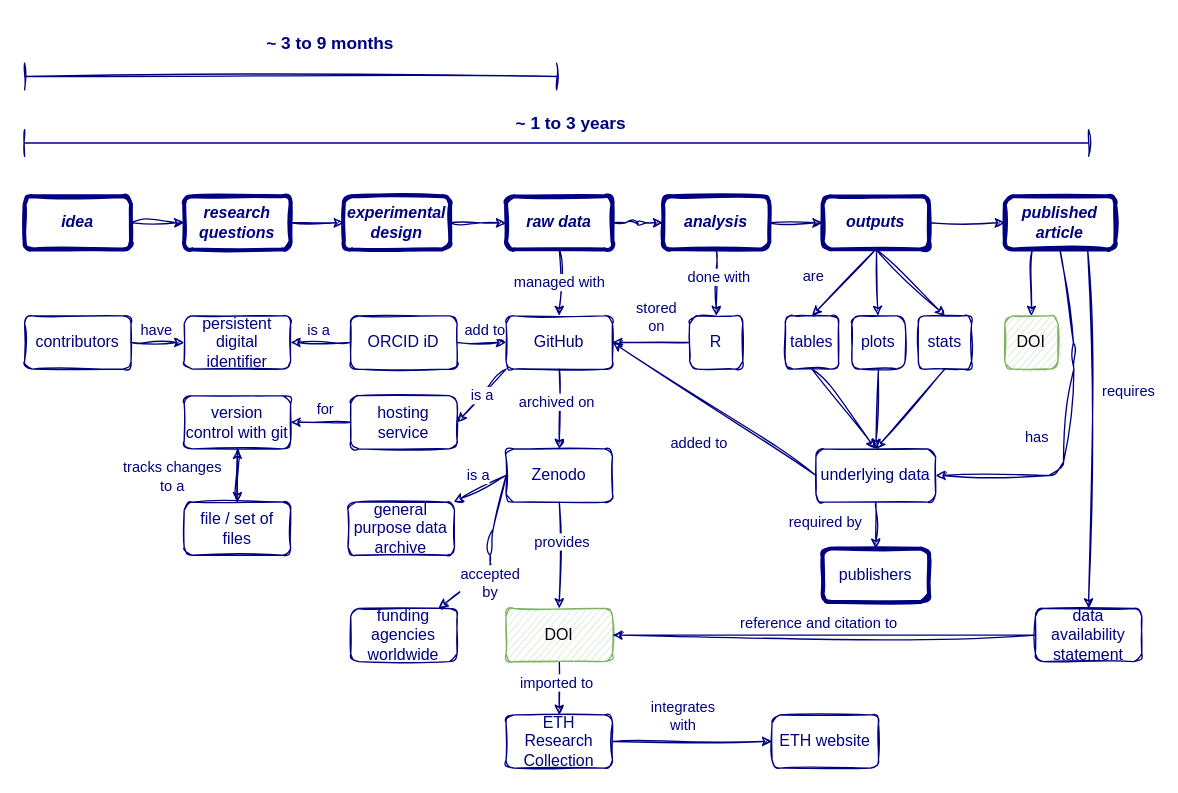
The draw.io diagram ghe-rdm-workflow.drawio in Global-Health-Engineering/eth-data-stewardship, before the edit. Source tidied: cells renumbered, new cells numbered last; positions are measured from the earlier drawing's top-left corner, leaving out a move shared by most shapes. Both pictures are drawn from the tidied source at 133%, with x=0, y=0 at pixel (24, 23).
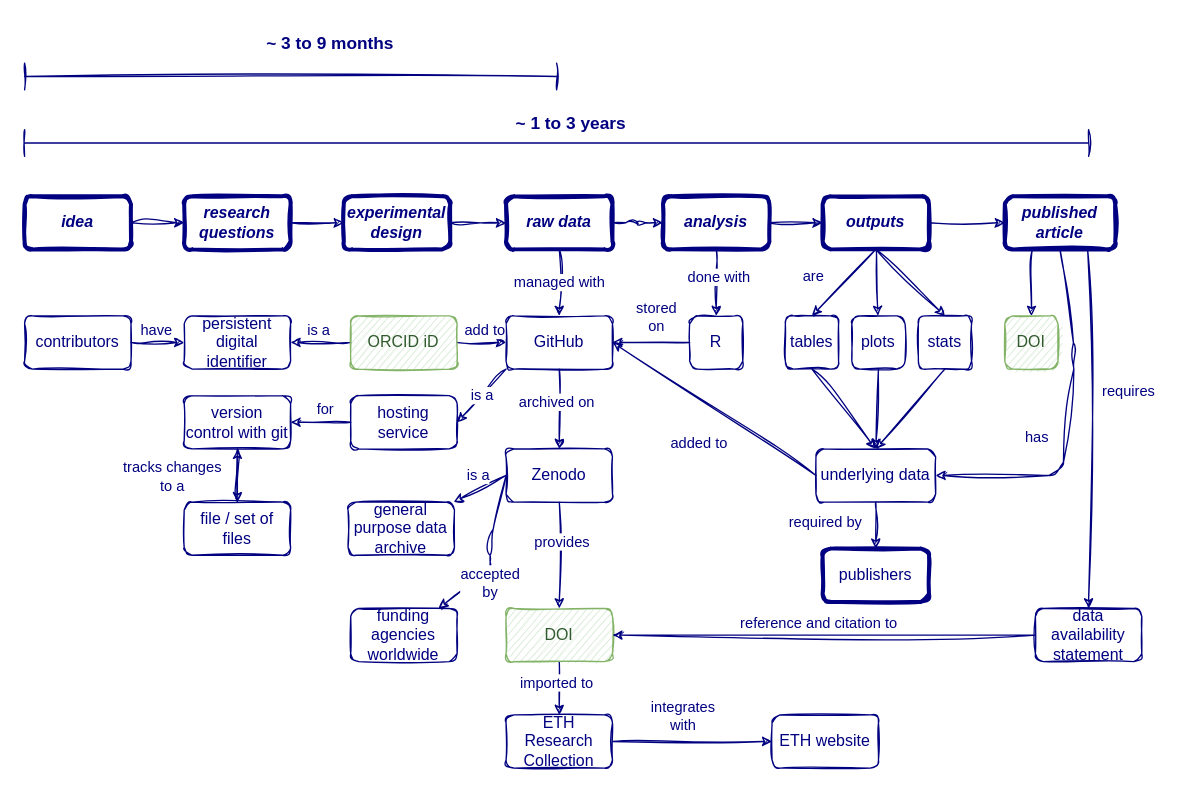
The same page after the edit.

The edit, as a diff of the source:
```diff
@@
-    <mxCell id="58" value="DOI" style="rounded=1;whiteSpace=wrap;html=1;fontSize=12;fontFamily=Helvetica;fillColor=#d5e8d4;sketch=1;labelBackgroundColor=none;strokeColor=#82b366;" parent="1" vertex="1">
+    <mxCell id="58" value="&lt;font color=&quot;#30592D&quot;&gt;DOI&lt;/font&gt;" style="rounded=1;whiteSpace=wrap;html=1;fontSize=12;fontFamily=Helvetica;fillColor=#d5e8d4;sketch=1;labelBackgroundColor=none;strokeColor=#82b366;fontColor=#000000;" parent="1" vertex="1">
       <mxGeometry x="362" y="440" width="80" height="40" as="geometry" />
     </mxCell>
@@
-    <mxCell id="74" value="ORCID iD" style="rounded=1;whiteSpace=wrap;html=1;fontSize=12;fontFamily=Helvetica;fillColor=none;sketch=1;labelBackgroundColor=none;fontColor=#000080;strokeColor=#000080;" parent="1" vertex="1">
+    <mxCell id="74" value="&lt;font color=&quot;#30592D&quot;&gt;ORCID iD&lt;/font&gt;" style="rounded=1;whiteSpace=wrap;html=1;fontSize=12;fontFamily=Helvetica;fillColor=#d5e8d4;sketch=1;labelBackgroundColor=none;fontColor=#000000;strokeColor=#82b366;" parent="1" vertex="1">
       <mxGeometry x="245.2" y="220" width="80" height="40" as="geometry" />
     </mxCell>
@@
-    <mxCell id="78" value="DOI" style="rounded=1;whiteSpace=wrap;html=1;fontSize=12;fontFamily=Helvetica;fillColor=#d5e8d4;sketch=1;labelBackgroundColor=none;strokeColor=#82b366;" parent="1" vertex="1">
+    <mxCell id="78" value="&lt;font color=&quot;#30592D&quot;&gt;DOI&lt;/font&gt;" style="rounded=1;whiteSpace=wrap;html=1;fontSize=12;fontFamily=Helvetica;fillColor=#d5e8d4;sketch=1;labelBackgroundColor=none;strokeColor=#82b366;" parent="1" vertex="1">
       <mxGeometry x="737" y="220" width="40" height="40" as="geometry" />
     </mxCell>
```
